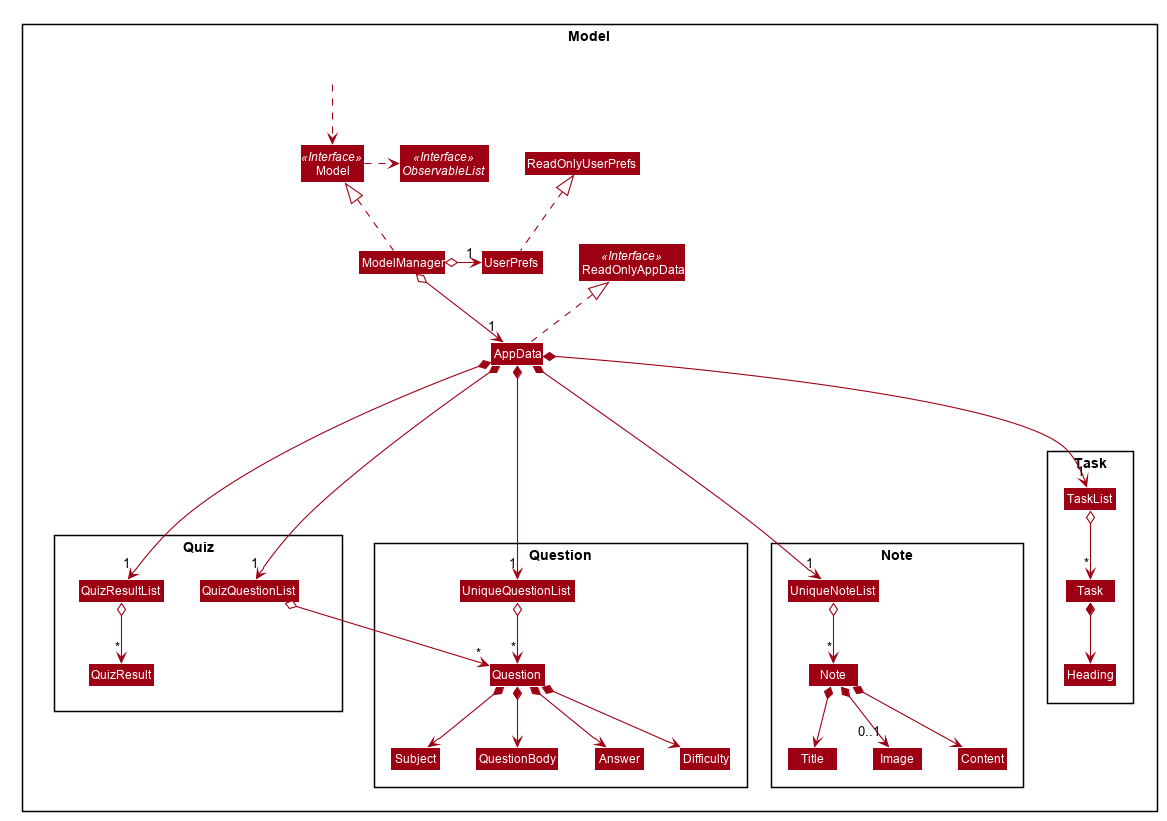
This is images/ModelClassDiagram.png from AY1920S1-CS2103T-F11-4/main, a PlantUML export, as it was before one commit. Source of this version:
```plantuml
@startuml








skinparam BackgroundColor #FFFFFFF

skinparam Shadowing false

skinparam Class {
    FontColor #FFFFFF
    BorderThickness 1
    BorderColor #FFFFFF
    StereotypeFontColor #FFFFFF
    FontName Arial
}

skinparam Actor {
    BorderColor #000000
    Color #000000
    FontName Arial
}

skinparam Sequence {
    MessageAlign center
    BoxFontSize 15
    BoxPadding 0
    BoxFontColor #FFFFFF
    FontName Arial
}

skinparam Participant {
    FontColor #FFFFFFF
    Padding 20
}

skinparam MinClassWidth 50
skinparam ParticipantPadding 10
skinparam Shadowing false
skinparam DefaultTextAlignment center
skinparam packageStyle Rectangle

hide footbox
hide members
hide circle
skinparam arrowThickness 1.1
skinparam arrowColor #9D0012
skinparam classBackgroundColor #9D0012

Package Model <<Rectangle>>{
Interface ReadOnlyAppData <<Interface>>
Interface Model <<Interface>>
Interface ObservableList <<Interface>>
Class AppData
Class ReadOnlyAppData
Class Model
Class ModelManager
Class UserPrefs
Class ReadOnlyUserPrefs

Package Note {
Class Note
Class Content
Class Title
Class Image
Class UniqueNoteList
}

Package Question {
Class Question
Class QuestionBody
Class Answer
Class Difficulty
Class Subject
Class UniqueQuestionList
}

Package Quiz {
Class QuizQuestionList
Class QuizResult
Class QuizResultList
QuizQuestionList -[hidden]left- QuizResultList
}

Package Task {
Class Task
Class Heading
Class TaskList
}

Note -[hidden]left- Question
Question -[hidden]left- Quiz
Quiz -[hidden]left- Task

Class HiddenOutside #FFFFFF
HiddenOutside ..> Model

AppData .up.|> ReadOnlyAppData

ModelManager .up.|> Model
Model .right.> ObservableList
ModelManager o--> "1" AppData
ModelManager o-left-> "1" UserPrefs
UserPrefs .up.|> ReadOnlyUserPrefs

AppData *---> "1" UniqueNoteList
UniqueNoteList o--> "*" Note
Note *--> Title
Note *--> Content
Note *-->"0..1" Image

AppData *---> "1" UniqueQuestionList
UniqueQuestionList o--> "*" Question
Question *--> QuestionBody
Question *--> Answer
Question *--> Difficulty
Question *--> Subject

AppData *---> "1" QuizQuestionList
AppData *---> "1" QuizResultList
QuizQuestionList o--> "*" Question
QuizResultList o--> "*" QuizResult


AppData *---> "1" TaskList
TaskList o-->  "*" Task
Task *-down-> Heading

}

@enduml
```
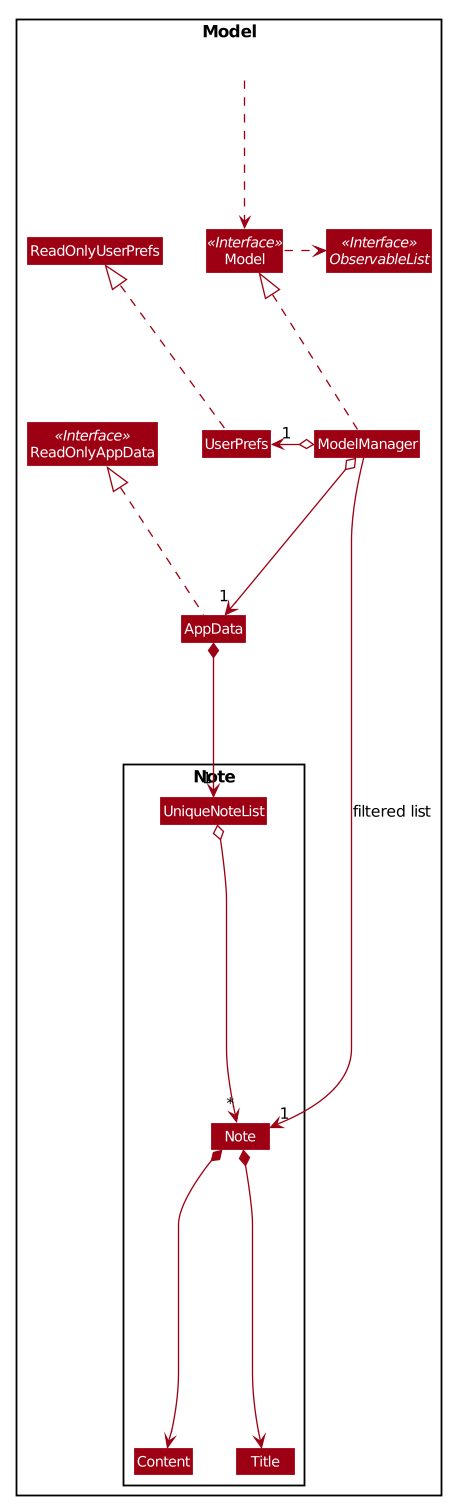
Later version of the same file.

The edit, as a diff of the source:
```diff
@@ -66,35 +66,8 @@
 Class Note
 Class Content
 Class Title
-Class Image
 Class UniqueNoteList
 }
-
-Package Question {
-Class Question
-Class QuestionBody
-Class Answer
-Class Difficulty
-Class Subject
-Class UniqueQuestionList
-}
-
-Package Quiz {
-Class QuizQuestionList
-Class QuizResult
-Class QuizResultList
-QuizQuestionList -[hidden]left- QuizResultList
-}
-
-Package Task {
-Class Task
-Class Heading
-Class TaskList
-}
-
-Note -[hidden]left- Question
-Question -[hidden]left- Quiz
-Quiz -[hidden]left- Task
 
 Class HiddenOutside #FFFFFF
 HiddenOutside ..> Model
@@ -107,29 +80,10 @@
 ModelManager o-left-> "1" UserPrefs
 UserPrefs .up.|> ReadOnlyUserPrefs
 
-AppData *---> "1" UniqueNoteList
+AppData *--> "1" UniqueNoteList
 UniqueNoteList o--> "*" Note
 Note *--> Title
 Note *--> Content
-Note *-->"0..1" Image
 
-AppData *---> "1" UniqueQuestionList
-UniqueQuestionList o--> "*" Question
-Question *--> QuestionBody
-Question *--> Answer
-Question *--> Difficulty
-Question *--> Subject
-
-AppData *---> "1" QuizQuestionList
-AppData *---> "1" QuizResultList
-QuizQuestionList o--> "*" Question
-QuizResultList o--> "*" QuizResult
-
-
-AppData *---> "1" TaskList
-TaskList o-->  "*" Task
-Task *-down-> Heading
-
-}
-
+ModelManager -->"1" Note : filtered list
 @enduml
```
